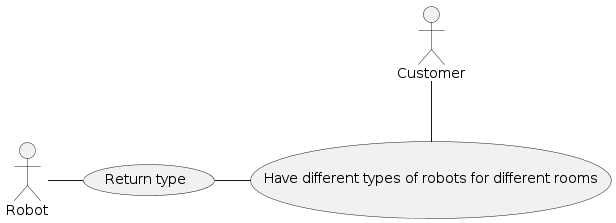
ur-cs-courses/course-project-catch-up keeps this PlantUML diagram as docs/design/usecases/usecase1.png. Above is the earlier version.
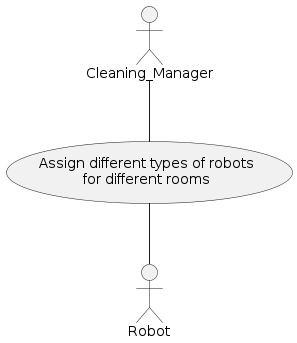
Later version of the same file.

What changed in the source:
```diff
@@ -1,13 +1,12 @@
 @startuml UseCase1
 
-actor Customer as C
+actor Cleaning_Manager as C
 actor Robot as R
 
-usecase HaveRobots as "Have different types of robots for different rooms"
-usecase GiveType as "Return type"
+usecase HaveRobots as "Assign different types of robots
+                       for different rooms"
 
 C -- HaveRobots
 
-GiveType - HaveRobots
-R - GiveType
+HaveRobots -- R
 @enduml
```
